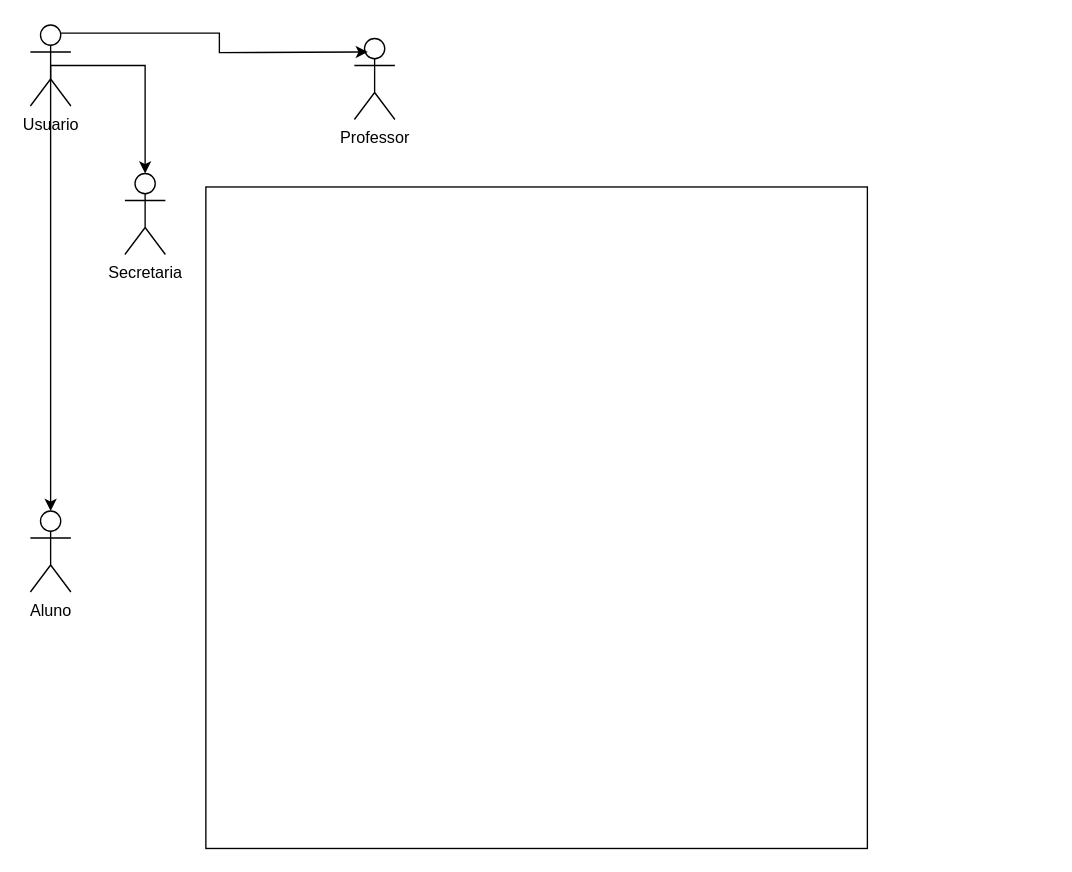
This is project/img/Caso de uso.drawio from GustAndradeViana/-Laborat-rio-01, a draw.io file, before an edit. Source tidied: cells renumbered, new cells numbered last; positions are measured from the earlier drawing's top-left corner, leaving out a move shared by most shapes. Both pictures are drawn from the tidied source at 135%, with x=0, y=0 at pixel (30, 24).
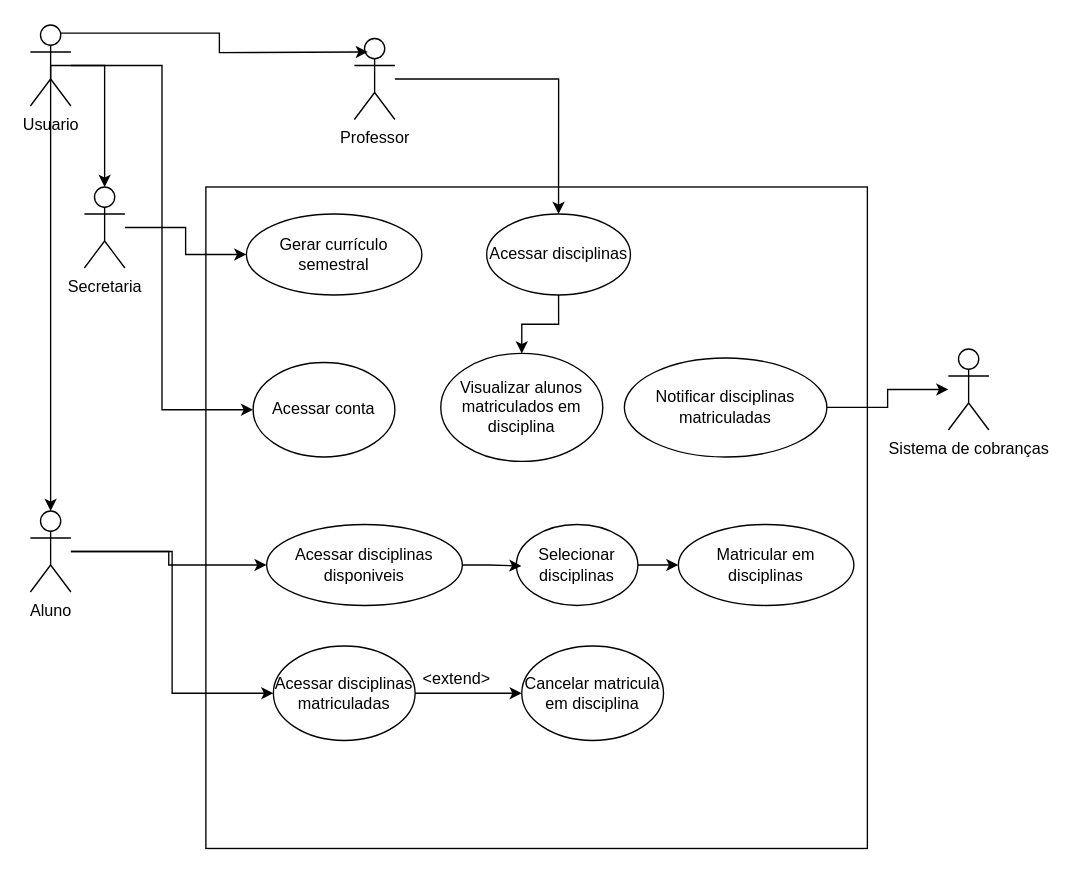
The same page after the edit.

The change refers to these unchanged cells:
```xml
<mxCell id="4" value="Usuario" style="shape=umlActor;verticalLabelPosition=bottom;verticalAlign=top;html=1;outlineConnect=0;" parent="1" vertex="1">
  <mxGeometry width="30" height="60" as="geometry" />
</mxCell>
<mxCell id="6" value="Aluno" style="shape=umlActor;verticalLabelPosition=bottom;verticalAlign=top;html=1;outlineConnect=0;" parent="1" vertex="1">
  <mxGeometry y="360" width="30" height="60" as="geometry" />
</mxCell>
<mxCell id="7" value="&lt;div&gt;Professor&lt;/div&gt;" style="shape=umlActor;verticalLabelPosition=bottom;verticalAlign=top;html=1;outlineConnect=0;" parent="1" vertex="1">
  <mxGeometry x="240" y="10" width="30" height="60" as="geometry" />
</mxCell>
```

The edit, as a diff of the source:
```diff
@@
+    <mxCell id="5" style="whiteSpace=wrap;html=1;" parent="1" vertex="1">
+      <mxGeometry x="130" y="120" width="490" height="490" as="geometry" />
+    </mxCell>
+    <mxCell id="10" style="edgeStyle=orthogonalEdgeStyle;rounded=0;jettySize=auto;html=1;entryX=0;entryY=0.5;entryDx=0;entryDy=0;" parent="1" edge="1" source="4" target="21">
+      <mxGeometry relative="1" as="geometry" />
+    </mxCell>
@@
-    <mxCell id="5" style="whiteSpace=wrap;html=1;" parent="1" vertex="1">
-      <mxGeometry x="130" y="120" width="490" height="490" as="geometry" />
-    </mxCell>
+    <mxCell id="11" style="edgeStyle=orthogonalEdgeStyle;rounded=0;jettySize=auto;html=1;" parent="1" edge="1" source="6" target="16">
+      <mxGeometry relative="1" as="geometry" />
+    </mxCell>
+    <mxCell id="12" style="edgeStyle=orthogonalEdgeStyle;rounded=0;jettySize=auto;html=1;entryX=0;entryY=0.5;entryDx=0;entryDy=0;" parent="1" edge="1" source="6" target="18">
+      <mxGeometry relative="1" as="geometry" />
+    </mxCell>
@@
+    <mxCell id="13" style="edgeStyle=orthogonalEdgeStyle;rounded=0;jettySize=auto;html=1;entryX=0.5;entryY=0;entryDx=0;entryDy=0;" parent="1" edge="1" source="7" target="30">
+      <mxGeometry relative="1" as="geometry" />
+    </mxCell>
@@
+    <mxCell id="14" style="edgeStyle=orthogonalEdgeStyle;rounded=0;jettySize=auto;html=1;" parent="1" edge="1" source="9" target="15">
+      <mxGeometry relative="1" as="geometry" />
+    </mxCell>
     <mxCell id="9" value="Secretaria" style="shape=umlActor;verticalLabelPosition=bottom;verticalAlign=top;html=1;outlineConnect=0;" parent="1" vertex="1">
-      <mxGeometry x="70" y="110" width="30" height="60" as="geometry" />
+      <mxGeometry x="40" y="120" width="30" height="60" as="geometry" />
     </mxCell>
+    <mxCell id="15" value="Gerar currículo semestral" style="ellipse;whiteSpace=wrap;html=1;" parent="1" vertex="1">
+      <mxGeometry x="160" y="140" width="130" height="60" as="geometry" />
+    </mxCell>
+    <mxCell id="16" value="&lt;div&gt;Acessar disciplinas disponiveis&lt;br&gt;&lt;/div&gt;" style="ellipse;whiteSpace=wrap;html=1;" parent="1" vertex="1">
+      <mxGeometry x="175" y="370" width="145" height="60" as="geometry" />
+    </mxCell>
+    <mxCell id="17" style="edgeStyle=orthogonalEdgeStyle;rounded=0;jettySize=auto;html=1;entryX=0;entryY=0.5;entryDx=0;entryDy=0;" parent="1" edge="1" source="18" target="19">
+      <mxGeometry relative="1" as="geometry" />
+    </mxCell>
+    <mxCell id="18" value="Acessar disciplinas matriculadas" style="ellipse;whiteSpace=wrap;html=1;" parent="1" vertex="1">
+      <mxGeometry x="180" y="460" width="105" height="70" as="geometry" />
+    </mxCell>
+    <mxCell id="19" value="Cancelar matricula em disciplina" style="ellipse;whiteSpace=wrap;html=1;" parent="1" vertex="1">
+      <mxGeometry x="364" y="460" width="105" height="70" as="geometry" />
+    </mxCell>
+    <mxCell id="20" value="&amp;lt;extend&amp;gt;" style="text;strokeColor=none;fillColor=none;align=left;verticalAlign=middle;spacingLeft=4;spacingRight=4;overflow=hidden;whiteSpace=wrap;html=1;" parent="1" vertex="1">
+      <mxGeometry x="285" y="470" width="80" height="30" as="geometry" />
+    </mxCell>
+    <mxCell id="21" value="Acessar conta" style="ellipse;whiteSpace=wrap;html=1;" parent="1" vertex="1">
+      <mxGeometry x="165" y="250" width="105" height="70" as="geometry" />
+    </mxCell>
+    <mxCell id="22" value="Sistema de cobranças" style="shape=umlActor;verticalLabelPosition=bottom;verticalAlign=top;html=1;outlineConnect=0;" parent="1" vertex="1">
+      <mxGeometry x="680" y="240" width="30" height="60" as="geometry" />
+    </mxCell>
+    <mxCell id="23" style="edgeStyle=orthogonalEdgeStyle;rounded=0;jettySize=auto;html=1;entryX=0;entryY=0.5;entryDx=0;entryDy=0;" parent="1" edge="1" source="24" target="26">
+      <mxGeometry relative="1" as="geometry" />
+    </mxCell>
+    <mxCell id="24" value="Selecionar disciplinas" style="ellipse;whiteSpace=wrap;html=1;" parent="1" vertex="1">
+      <mxGeometry x="360" y="370" width="90" height="60" as="geometry" />
+    </mxCell>
+    <mxCell id="25" style="edgeStyle=orthogonalEdgeStyle;rounded=0;jettySize=auto;html=1;entryX=0.042;entryY=0.513;entryDx=0;entryDy=0;entryPerimeter=0;" parent="1" edge="1" source="16" target="24">
+      <mxGeometry relative="1" as="geometry" />
+    </mxCell>
+    <mxCell id="26" value="&lt;div&gt;Matricular em&lt;/div&gt;&lt;div&gt;disciplinas&lt;br&gt;&lt;/div&gt;" style="ellipse;whiteSpace=wrap;html=1;" parent="1" vertex="1">
+      <mxGeometry x="480" y="370" width="130" height="60" as="geometry" />
+    </mxCell>
+    <mxCell id="27" style="edgeStyle=orthogonalEdgeStyle;rounded=0;jettySize=auto;html=1;" parent="1" edge="1" source="28" target="22">
+      <mxGeometry relative="1" as="geometry" />
+    </mxCell>
+    <mxCell id="28" value="Notificar disciplinas matriculadas" style="ellipse;whiteSpace=wrap;html=1;" parent="1" vertex="1">
+      <mxGeometry x="440" y="246.7" width="150" height="73.3" as="geometry" />
+    </mxCell>
+    <mxCell id="29" style="edgeStyle=orthogonalEdgeStyle;rounded=0;jettySize=auto;html=1;entryX=0.5;entryY=0;entryDx=0;entryDy=0;" parent="1" edge="1" source="30" target="31">
+      <mxGeometry relative="1" as="geometry" />
+    </mxCell>
+    <mxCell id="30" value="Acessar disciplinas" style="ellipse;whiteSpace=wrap;html=1;" parent="1" vertex="1">
+      <mxGeometry x="338" y="140" width="106.5" height="60" as="geometry" />
+    </mxCell>
+    <mxCell id="31" value="Visualizar alunos matriculados em disciplina" style="ellipse;whiteSpace=wrap;html=1;" parent="1" vertex="1">
+      <mxGeometry x="304" y="243.3" width="120" height="80" as="geometry" />
+    </mxCell>
```
